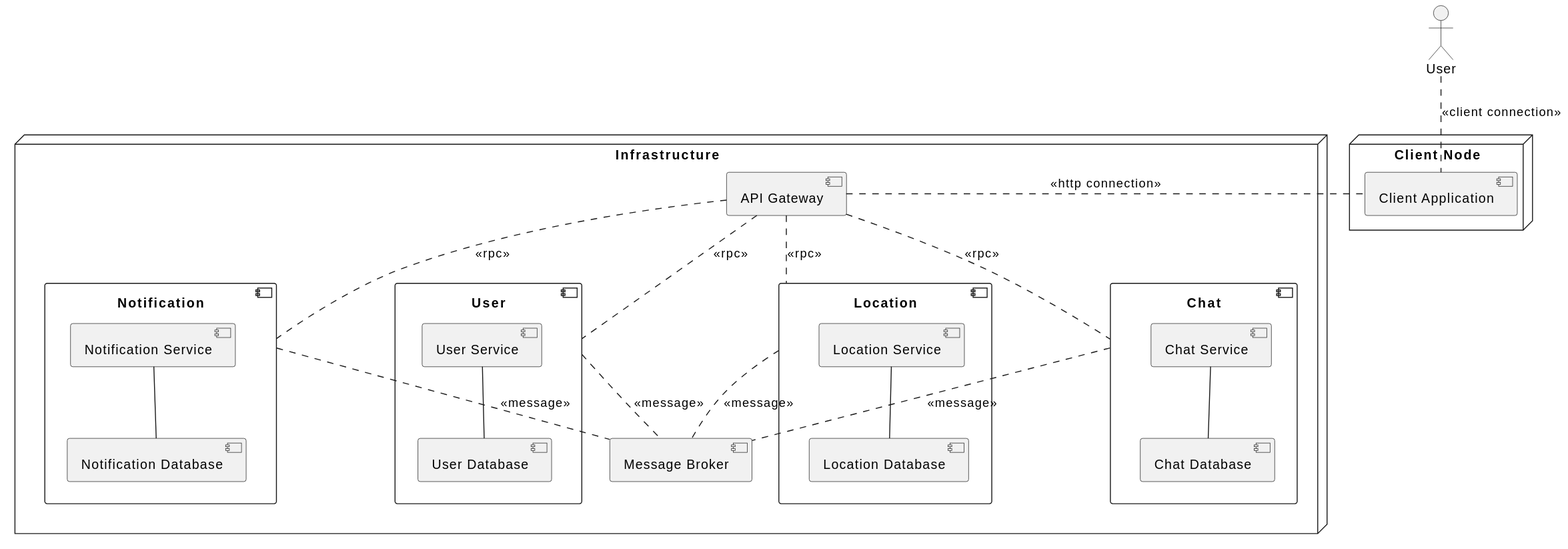
Above: res/deployment-view-light.svg in position-pal/position-pal.github.io (PlantUML), before the change.
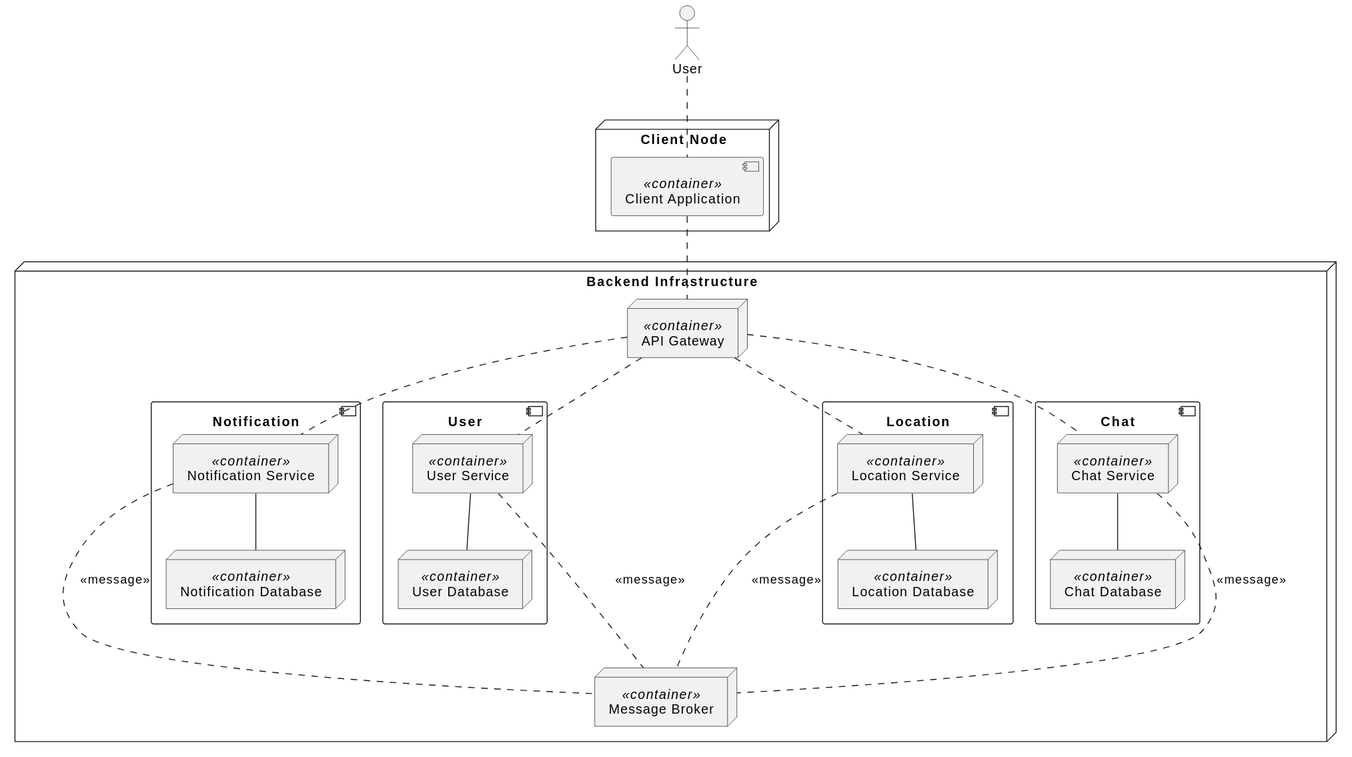
Later version of the same file.

The edit, as a diff of the source:
```diff
@@ -1,55 +1,50 @@
 @startuml
 actor "User" as U
+
 node "Client Node" as CN {
-    component "Client Application" as CA
+    component "Client Application" <<container>> as CA
 }
 
+node "Backend Infrastructure" as INF {
 
-node "Infrastructure" as INF {
-
-
-    component "API Gateway" as AGW
-    component "Message Broker" as MB
+    node "API Gateway" <<container>> as AGW
+    node "Message Broker" <<container>> as MB
 
     component "Notification" as NS {
-        component "Notification Service" as NSI
-        component "Notification Database" as ND
-
+        node "Notification Service" <<container>> as NSI
+        node "Notification Database" <<container>> as ND
         NSI -- ND
     }
 
     component "User" as US {
-        component "User Service" as USI
-        component "User Database" as UD
-
+        node "User Service" <<container>> as USI
+        node "User Database" <<container>> as UD
         USI -- UD
     }
 
     component "Location" as LS {
-        component "Location Service" as LSI
-        component "Location Database" as LD
-
+        node "Location Service" <<container>> as LSI
+        node "Location Database" <<container>> as LD
         LSI -- LD
     }
 
     component "Chat" as CS {
-        component "Chat Service" as CSI
-        component "Chat Database" as CD
-
+        node "Chat Service" <<container>> as CSI
+        node "Chat Database" <<container>> as CD
         CSI -- CD
     }
 
-    LS .down. MB: <<message>>
-    CS .down. MB: <<message>>
-    NS .down. MB: <<message>>
-    US .down. MB: <<message>>
+    LSI ... MB: <<message>>
+    CSI ... MB: <<message>>
+    NSI ... MB: <<message>>
+    USI ... MB: <<message>>
 
-    AGW .down. US: <<rpc>>
-    AGW .down. LS: <<rpc>>
-    AGW .down. CS: <<rpc>>
-    AGW .down. NS: <<rpc>>
+    AGW .. USI
+    AGW .. LSI
+    AGW .. CSI
+    AGW .. NSI
 }
 
-AGW .right. CA: <<http connection>>
-U .. CA: <<client connection>>
+AGW .up. CA
+U .. CA
 @enduml
```
